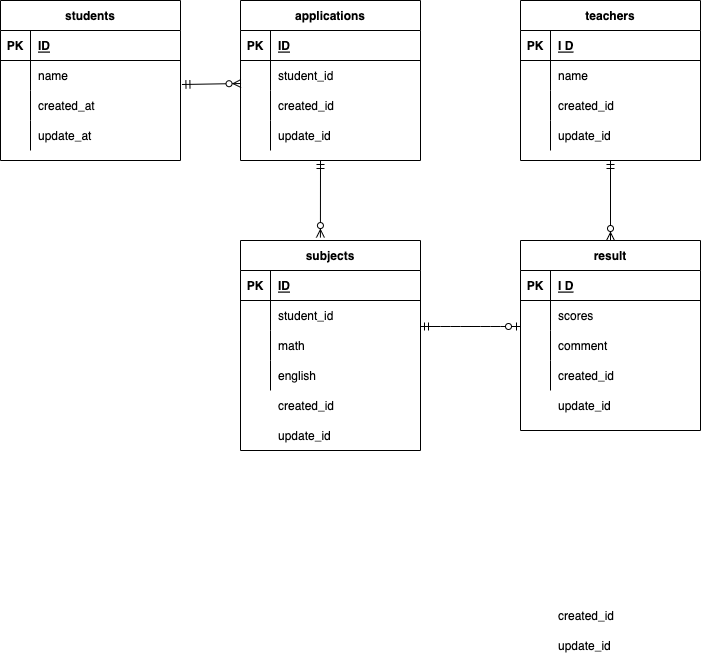
This is index.drawio.png from FukumuraTakayuki/20221019ERtest, a draw.io export, as it was before one commit. Source tidied: cells renumbered, new cells last; positions are measured from the earlier drawing's top-left corner, leaving out a move shared by most shapes.
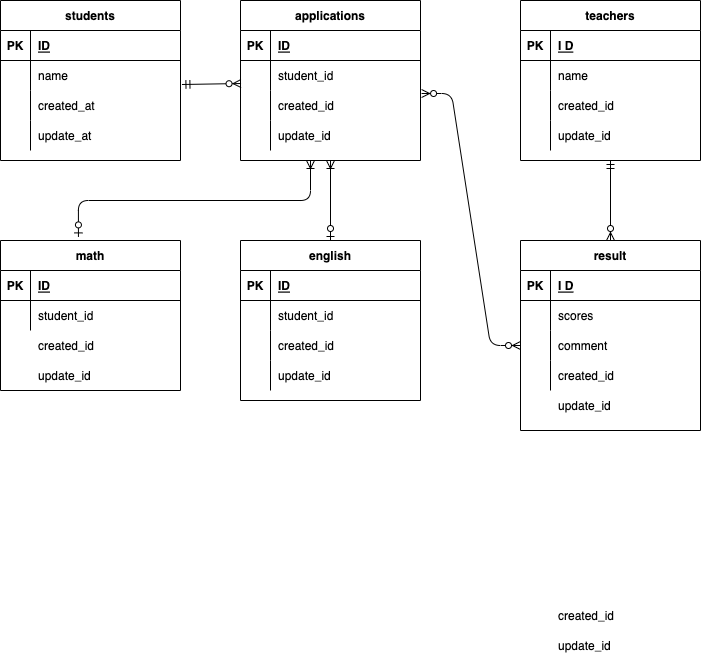
Above is the later version.

Change to the diagram source:
```diff
@@ -80,8 +80,8 @@
     <mxCell id="27" value="update_id" style="shape=partialRectangle;fillColor=none;top=0;left=0;bottom=0;right=0;align=left;spacingLeft=6;overflow=hidden;" parent="25" vertex="1">
       <mxGeometry x="30" width="150" height="30" as="geometry" />
     </mxCell>
-    <mxCell id="28" value="subjects" style="shape=table;startSize=30;rowLines=0;fontStyle=1;align=center;" parent="1" vertex="1">
-      <mxGeometry x="240" y="240" width="180" height="210" as="geometry" />
+    <mxCell id="28" value="english" style="shape=table;startSize=30;rowLines=0;fontStyle=1;align=center;" parent="1" vertex="1">
+      <mxGeometry x="240" y="240" width="180" height="160" as="geometry" />
     </mxCell>
     <mxCell id="29" style="shape=partialRectangle;fillColor=none;top=0;left=0;bottom=1;right=0;" parent="28" vertex="1">
       <mxGeometry y="30" width="180" height="30" as="geometry" />
@@ -107,7 +107,7 @@
     <mxCell id="36" style="shape=partialRectangle;fillColor=none;top=0;left=0;bottom=0;right=0;overflow=hidden;" parent="35" vertex="1">
       <mxGeometry width="30" height="30" as="geometry" />
     </mxCell>
-    <mxCell id="37" value="math" style="shape=partialRectangle;fillColor=none;top=0;left=0;bottom=0;right=0;align=left;spacingLeft=6;overflow=hidden;" parent="35" vertex="1">
+    <mxCell id="37" style="shape=partialRectangle;fillColor=none;top=0;left=0;bottom=0;right=0;align=left;spacingLeft=6;overflow=hidden;" parent="35" vertex="1">
       <mxGeometry x="30" width="150" height="30" as="geometry" />
     </mxCell>
     <mxCell id="38" style="shape=partialRectangle;fillColor=none;top=0;left=0;bottom=0;right=0;" parent="28" vertex="1">
@@ -116,7 +116,7 @@
     <mxCell id="39" style="shape=partialRectangle;fillColor=none;top=0;left=0;bottom=0;right=0;overflow=hidden;" parent="38" vertex="1">
       <mxGeometry width="30" height="30" as="geometry" />
     </mxCell>
-    <mxCell id="40" value="english" style="shape=partialRectangle;fillColor=none;top=0;left=0;bottom=0;right=0;align=left;spacingLeft=6;overflow=hidden;" parent="38" vertex="1">
+    <mxCell id="40" style="shape=partialRectangle;fillColor=none;top=0;left=0;bottom=0;right=0;align=left;spacingLeft=6;overflow=hidden;" parent="38" vertex="1">
       <mxGeometry x="30" width="150" height="30" as="geometry" />
     </mxCell>
     <mxCell id="41" value="result" style="shape=table;startSize=30;rowLines=0;fontStyle=1;align=center;" parent="1" vertex="1">
@@ -198,10 +198,10 @@
       <mxGeometry x="30" width="150" height="30" as="geometry" />
     </mxCell>
     <mxCell id="67" value="created_id" style="shape=partialRectangle;fillColor=none;top=0;left=0;bottom=0;right=0;align=left;spacingLeft=6;overflow=hidden;" parent="1" vertex="1">
-      <mxGeometry x="270" y="390" width="150" height="30" as="geometry" />
+      <mxGeometry x="270" y="330" width="150" height="30" as="geometry" />
     </mxCell>
     <mxCell id="68" value="update_id" style="shape=partialRectangle;fillColor=none;top=0;left=0;bottom=0;right=0;align=left;spacingLeft=6;overflow=hidden;" parent="1" vertex="1">
-      <mxGeometry x="270" y="420" width="150" height="30" as="geometry" />
+      <mxGeometry x="270" y="360" width="150" height="30" as="geometry" />
     </mxCell>
     <mxCell id="69" value="created_id" style="shape=partialRectangle;fillColor=none;top=0;left=0;bottom=0;right=0;align=left;spacingLeft=6;overflow=hidden;" parent="1" vertex="1">
       <mxGeometry x="550" y="360" width="150" height="30" as="geometry" />
@@ -209,17 +209,6 @@
     <mxCell id="70" value="update_id" style="shape=partialRectangle;fillColor=none;top=0;left=0;bottom=0;right=0;align=left;spacingLeft=6;overflow=hidden;" parent="1" vertex="1">
       <mxGeometry x="550" y="390" width="150" height="30" as="geometry" />
     </mxCell>
-    <mxCell id="71" style="fontSize=12;html=1;endArrow=ERzeroToMany;startArrow=ERmandOne;entryX=0.444;entryY=-0.014;entryDx=0;entryDy=0;entryPerimeter=0;" parent="1" edge="1" target="28">
-      <mxGeometry relative="1" as="geometry">
-        <mxPoint x="320" y="160" as="sourcePoint" />
-      </mxGeometry>
-    </mxCell>
-    <mxCell id="72" style="edgeStyle=entityRelationEdgeStyle;fontSize=12;html=1;endArrow=ERzeroToOne;startArrow=ERmandOne;" parent="1" edge="1">
-      <mxGeometry relative="1" as="geometry">
-        <mxPoint x="420" y="326" as="sourcePoint" />
-        <mxPoint x="520" y="326" as="targetPoint" />
-      </mxGeometry>
-    </mxCell>
     <mxCell id="73" value="created_id" style="shape=partialRectangle;fillColor=none;top=0;left=0;bottom=0;right=0;align=left;spacingLeft=6;overflow=hidden;" parent="1" vertex="1">
       <mxGeometry x="550" y="600" width="150" height="30" as="geometry" />
     </mxCell>
@@ -232,5 +221,47 @@
     <mxCell id="76" style="fontSize=12;html=1;endArrow=ERzeroToMany;startArrow=ERmandOne;exitX=0.5;exitY=1;exitDx=0;exitDy=0;entryX=0.5;entryY=0;entryDx=0;entryDy=0;" parent="1" edge="1" source="54" target="41">
       <mxGeometry relative="1" as="geometry" />
     </mxCell>
+    <mxCell id="77" value="math" style="shape=table;startSize=30;rowLines=0;fontStyle=1;align=center;" parent="1" vertex="1">
+      <mxGeometry y="240" width="180" height="150" as="geometry" />
+    </mxCell>
+    <mxCell id="78" style="shape=partialRectangle;fillColor=none;top=0;left=0;bottom=1;right=0;" parent="77" vertex="1">
+      <mxGeometry y="30" width="180" height="30" as="geometry" />
+    </mxCell>
+    <mxCell id="79" value="PK" style="shape=partialRectangle;fillColor=none;top=0;left=0;bottom=0;right=0;fontStyle=1;overflow=hidden;" parent="78" vertex="1">
+      <mxGeometry width="30" height="30" as="geometry" />
+    </mxCell>
+    <mxCell id="80" value="ID" style="shape=partialRectangle;fillColor=none;top=0;left=0;bottom=0;right=0;align=left;spacingLeft=6;fontStyle=5;overflow=hidden;" parent="78" vertex="1">
+      <mxGeometry x="30" width="150" height="30" as="geometry" />
+    </mxCell>
+    <mxCell id="81" style="shape=partialRectangle;fillColor=none;top=0;left=0;bottom=0;right=0;" parent="77" vertex="1">
+      <mxGeometry y="60" width="180" height="30" as="geometry" />
+    </mxCell>
+    <mxCell id="82" style="shape=partialRectangle;fillColor=none;top=0;left=0;bottom=0;right=0;overflow=hidden;" parent="81" vertex="1">
+      <mxGeometry width="30" height="30" as="geometry" />
+    </mxCell>
+    <mxCell id="83" value="student_id" style="shape=partialRectangle;fillColor=none;top=0;left=0;bottom=0;right=0;align=left;spacingLeft=6;overflow=hidden;" parent="81" vertex="1">
+      <mxGeometry x="30" width="150" height="30" as="geometry" />
+    </mxCell>
+    <mxCell id="84" value="created_id" style="shape=partialRectangle;fillColor=none;top=0;left=0;bottom=0;right=0;align=left;spacingLeft=6;overflow=hidden;" parent="1" vertex="1">
+      <mxGeometry x="30" y="330" width="150" height="30" as="geometry" />
+    </mxCell>
+    <mxCell id="85" value="update_id" style="shape=partialRectangle;fillColor=none;top=0;left=0;bottom=0;right=0;align=left;spacingLeft=6;overflow=hidden;" parent="1" vertex="1">
+      <mxGeometry x="30" y="360" width="150" height="30" as="geometry" />
+    </mxCell>
+    <mxCell id="86" style="edgeStyle=orthogonalEdgeStyle;fontSize=12;html=1;endArrow=ERoneToMany;startArrow=ERzeroToOne;exitX=0.433;exitY=-0.024;exitDx=0;exitDy=0;exitPerimeter=0;" parent="1" edge="1" source="77">
+      <mxGeometry relative="1" as="geometry">
+        <mxPoint x="310" y="160" as="targetPoint" />
+        <Array as="points">
+          <mxPoint x="78" y="200" />
+          <mxPoint x="310" y="200" />
+        </Array>
+      </mxGeometry>
+    </mxCell>
+    <mxCell id="87" style="fontSize=12;html=1;endArrow=ERoneToMany;startArrow=ERzeroToOne;entryX=0.5;entryY=1;entryDx=0;entryDy=0;exitX=0.5;exitY=0;exitDx=0;exitDy=0;" parent="1" edge="1" source="28" target="15">
+      <mxGeometry relative="1" as="geometry" />
+    </mxCell>
+    <mxCell id="88" style="edgeStyle=entityRelationEdgeStyle;fontSize=12;html=1;endArrow=ERzeroToMany;endFill=1;startArrow=ERzeroToMany;exitX=1.006;exitY=0.1;exitDx=0;exitDy=0;exitPerimeter=0;entryX=0;entryY=0.5;entryDx=0;entryDy=0;" parent="1" edge="1" source="22" target="48">
+      <mxGeometry relative="1" as="geometry" />
+    </mxCell>
   </root>
 </mxGraphModel>
```
